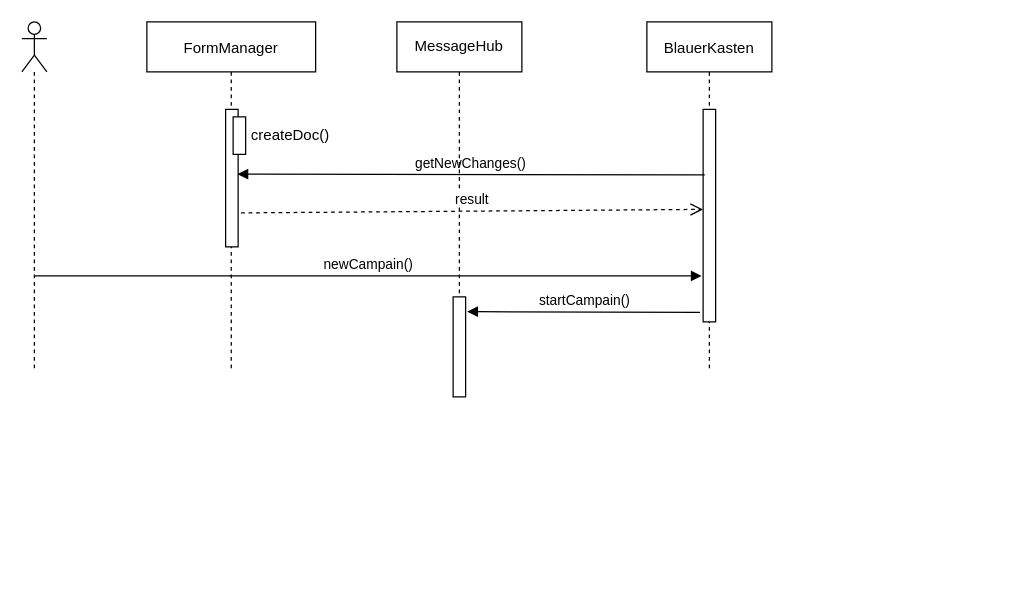
Above: document_creation_sequence.drawio in stargazer74/diagramme (draw.io), before the change. Source tidied: cells renumbered, new cells numbered last; positions are measured from the earlier drawing's top-left corner, leaving out a move shared by most shapes. Both pictures are drawn from the tidied source at 125%, with x=0, y=0 at pixel (21, 21).
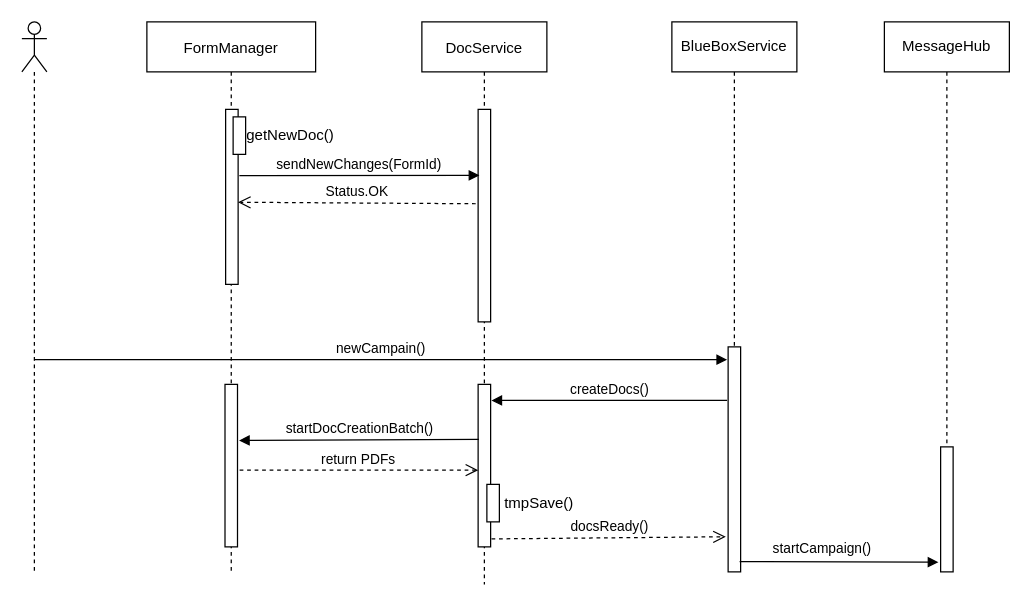
After the change.

Unchanged cells that the change refers to:
```xml
<mxCell id="7" style="points=[];perimeter=orthogonalPerimeter;rounded=0;shadow=0;strokeWidth=1;" parent="6" vertex="1">
  <mxGeometry x="45" y="70" width="10" height="170" as="geometry" />
</mxCell>
```

What changed in the source:
```diff
@@
     <mxCell id="2" value="FormManager" style="shape=umlLifeline;perimeter=lifelinePerimeter;rounded=0;shadow=0;strokeWidth=1;" parent="1" vertex="1">
-      <mxGeometry x="100" width="135" height="280" as="geometry" />
+      <mxGeometry x="100" width="135" height="440" as="geometry" />
     </mxCell>
     <mxCell id="3" style="points=[];perimeter=orthogonalPerimeter;rounded=0;shadow=0;strokeWidth=1;" parent="2" vertex="1">
-      <mxGeometry x="63" y="70" width="10" height="110" as="geometry" />
+      <mxGeometry x="63" y="70" width="10" height="140" as="geometry" />
     </mxCell>
@@
-    <mxCell id="5" value="createDoc()" style="text;html=1;strokeColor=none;fillColor=none;align=center;verticalAlign=middle;whiteSpace=wrap;overflow=hidden;" parent="2" vertex="1">
+    <mxCell id="5" value="getNewDoc()" style="text;html=1;strokeColor=none;fillColor=none;align=center;verticalAlign=middle;whiteSpace=wrap;overflow=hidden;" parent="2" vertex="1">
       <mxGeometry x="75" y="81" width="80" height="20" as="geometry" />
     </mxCell>
+    <mxCell id="15" style="html=1;perimeter=orthogonalPerimeter;" parent="2" vertex="1">
+      <mxGeometry x="62.5" y="290" width="10" height="130" as="geometry" />
+    </mxCell>
-    <mxCell id="6" value="BlauerKasten" style="shape=umlLifeline;perimeter=lifelinePerimeter;rounded=0;shadow=0;strokeWidth=1;" parent="1" vertex="1">
-      <mxGeometry x="500" width="100" height="280" as="geometry" />
+    <mxCell id="6" value="DocService" style="shape=umlLifeline;perimeter=lifelinePerimeter;rounded=0;shadow=0;strokeWidth=1;" parent="1" vertex="1">
+      <mxGeometry x="320" width="100" height="450" as="geometry" />
     </mxCell>
@@
+    <mxCell id="16" style="html=1;points=[];perimeter=orthogonalPerimeter;" parent="6" vertex="1">
+      <mxGeometry x="45" y="290" width="10" height="130" as="geometry" />
+    </mxCell>
+    <mxCell id="17" style="html=1;perimeter=orthogonalPerimeter;" parent="6" vertex="1">
+      <mxGeometry x="52" y="370" width="10" height="30" as="geometry" />
+    </mxCell>
-    <mxCell id="8" value="getNewChanges()" style="verticalAlign=bottom;endArrow=block;entryX=0.952;entryY=0.471;shadow=0;strokeWidth=1;entryDx=0;entryDy=0;entryPerimeter=0;exitX=0.133;exitY=0.308;exitDx=0;exitDy=0;exitPerimeter=0;" parent="1" edge="1" source="7" target="3">
-      <mxGeometry relative="1" as="geometry" />
+    <mxCell id="8" value="sendNewChanges(FormId)" style="verticalAlign=bottom;endArrow=block;shadow=0;strokeWidth=1;exitX=1.1;exitY=0.427;exitDx=0;exitDy=0;exitPerimeter=0;entryX=0.1;entryY=0.275;entryDx=0;entryDy=0;entryPerimeter=0;" parent="1" edge="1">
+      <mxGeometry relative="1" as="geometry">
+        <mxPoint x="174" y="123" as="sourcePoint" />
+        <mxPoint x="366" y="122.8" as="targetPoint" />
+      </mxGeometry>
     </mxCell>
     <mxCell id="9" value="MessageHub" style="shape=umlLifeline;perimeter=lifelinePerimeter;whiteSpace=wrap;html=1;" parent="1" vertex="1">
-      <mxGeometry x="300" width="100" height="280" as="geometry" />
+      <mxGeometry x="690" width="100" height="440" as="geometry" />
     </mxCell>
     <mxCell id="10" style="html=1;points=[];perimeter=orthogonalPerimeter;" parent="9" vertex="1">
-      <mxGeometry x="45" y="220" width="10" height="80" as="geometry" />
+      <mxGeometry x="45" y="340" width="10" height="100" as="geometry" />
     </mxCell>
     <mxCell id="11" style="shape=umlLifeline;participant=umlActor;perimeter=lifelinePerimeter;whiteSpace=wrap;html=1;verticalAlign=top;spacingTop=36;" parent="1" vertex="1">
-      <mxGeometry width="20" height="280" as="geometry" />
+      <mxGeometry width="20" height="440" as="geometry" />
     </mxCell>
-    <mxCell id="12" value="newCampain()" style="html=1;verticalAlign=bottom;endArrow=block;rounded=0;entryX=-0.117;entryY=0.159;entryDx=0;entryDy=0;entryPerimeter=0;" parent="1" edge="1">
+    <mxCell id="12" value="newCampain()" style="html=1;verticalAlign=bottom;endArrow=block;rounded=0;entryX=-0.081;entryY=0.302;entryDx=0;entryDy=0;entryPerimeter=0;" parent="1" edge="1">
       <mxGeometry relative="1" as="geometry">
-        <mxPoint x="9.8" y="203.2" as="sourcePoint" />
-        <mxPoint x="543.8" y="203.2" as="targetPoint" />
+        <mxPoint x="9.8" y="270.2" as="sourcePoint" />
+        <mxPoint x="564.2" y="270.2" as="targetPoint" />
       </mxGeometry>
     </mxCell>
-    <mxCell id="13" value="startCampain()" style="html=1;verticalAlign=bottom;endArrow=block;rounded=0;entryX=1.133;entryY=0.148;entryDx=0;entryDy=0;entryPerimeter=0;exitX=-0.248;exitY=0.543;exitDx=0;exitDy=0;exitPerimeter=0;" parent="1" edge="1" target="10">
-      <mxGeometry relative="1" as="geometry">
-        <mxPoint x="542.5" y="232.3" as="sourcePoint" />
-      </mxGeometry>
-    </mxCell>
-    <mxCell id="14" value="result" style="html=1;verticalAlign=bottom;endArrow=open;dashed=1;endSize=8;rounded=0;entryX=-0.01;entryY=0.588;entryDx=0;entryDy=0;entryPerimeter=0;exitX=1.238;exitY=0.753;exitDx=0;exitDy=0;exitPerimeter=0;" parent="1" edge="1" source="3">
+    <mxCell id="14" value="Status.OK" style="html=1;verticalAlign=bottom;endArrow=open;dashed=1;endSize=8;rounded=0;exitX=-0.186;exitY=0.391;exitDx=0;exitDy=0;exitPerimeter=0;entryX=0.986;entryY=0.594;entryDx=0;entryDy=0;entryPerimeter=0;" parent="1" edge="1">
       <mxGeometry relative="1" as="geometry">
-        <mxPoint x="544.9" y="150" as="targetPoint" />
+        <mxPoint x="363.1" y="145.5" as="sourcePoint" />
+        <mxPoint x="172.9" y="144.3" as="targetPoint" />
       </mxGeometry>
     </mxCell>
+    <mxCell id="18" value="BlueBoxService" style="shape=umlLifeline;perimeter=lifelinePerimeter;whiteSpace=wrap;html=1;" parent="1" vertex="1">
+      <mxGeometry x="520" width="100" height="440" as="geometry" />
+    </mxCell>
+    <mxCell id="19" style="html=1;points=[];perimeter=orthogonalPerimeter;" parent="18" vertex="1">
+      <mxGeometry x="45" y="260" width="10" height="180" as="geometry" />
+    </mxCell>
+    <mxCell id="20" value="startDocCreationBatch()" style="html=1;verticalAlign=bottom;endArrow=block;rounded=0;entryX=1.121;entryY=0.136;entryDx=0;entryDy=0;entryPerimeter=0;exitX=0.062;exitY=0.124;exitDx=0;exitDy=0;exitPerimeter=0;" parent="1" edge="1">
+      <mxGeometry relative="1" as="geometry">
+        <mxPoint x="365.6" y="333.9" as="sourcePoint" />
+        <mxPoint x="173.7" y="334.9" as="targetPoint" />
+      </mxGeometry>
+    </mxCell>
+    <mxCell id="21" value="return PDFs" style="html=1;verticalAlign=bottom;endArrow=open;dashed=1;endSize=8;rounded=0;exitX=1.169;exitY=0.558;exitDx=0;exitDy=0;exitPerimeter=0;entryX=0.014;entryY=0.558;entryDx=0;entryDy=0;entryPerimeter=0;" parent="1" edge="1">
+      <mxGeometry relative="1" as="geometry">
+        <mxPoint x="174.2" y="358.6" as="sourcePoint" />
+        <mxPoint x="365.1" y="358.6" as="targetPoint" />
+      </mxGeometry>
+    </mxCell>
+    <mxCell id="22" value="createDocs()" style="html=1;verticalAlign=bottom;endArrow=block;rounded=0;entryX=1.062;entryY=0.099;entryDx=0;entryDy=0;entryPerimeter=0;exitX=-0.081;exitY=0.238;exitDx=0;exitDy=0;exitPerimeter=0;" parent="1" edge="1" source="19" target="16">
+      <mxGeometry relative="1" as="geometry" />
+    </mxCell>
+    <mxCell id="23" value="tmpSave()" style="text;html=1;strokeColor=none;fillColor=none;align=center;verticalAlign=middle;whiteSpace=wrap;overflow=hidden;" parent="1" vertex="1">
+      <mxGeometry x="374" y="375" width="80" height="20" as="geometry" />
+    </mxCell>
+    <mxCell id="24" value="startCampaign()" style="html=1;verticalAlign=bottom;endArrow=block;rounded=0;entryX=-0.176;entryY=0.923;entryDx=0;entryDy=0;entryPerimeter=0;exitX=0.919;exitY=0.954;exitDx=0;exitDy=0;exitPerimeter=0;" parent="1" edge="1" source="19" target="10">
+      <mxGeometry x="-0.17" y="2" relative="1" as="geometry" />
+    </mxCell>
+    <mxCell id="25" value="docsReady()" style="html=1;verticalAlign=bottom;endArrow=open;dashed=1;endSize=8;rounded=0;entryX=-0.186;entryY=0.844;entryDx=0;entryDy=0;entryPerimeter=0;exitX=1.071;exitY=0.951;exitDx=0;exitDy=0;exitPerimeter=0;" parent="1" edge="1" source="16" target="19">
+      <mxGeometry relative="1" as="geometry" />
+    </mxCell>
```
